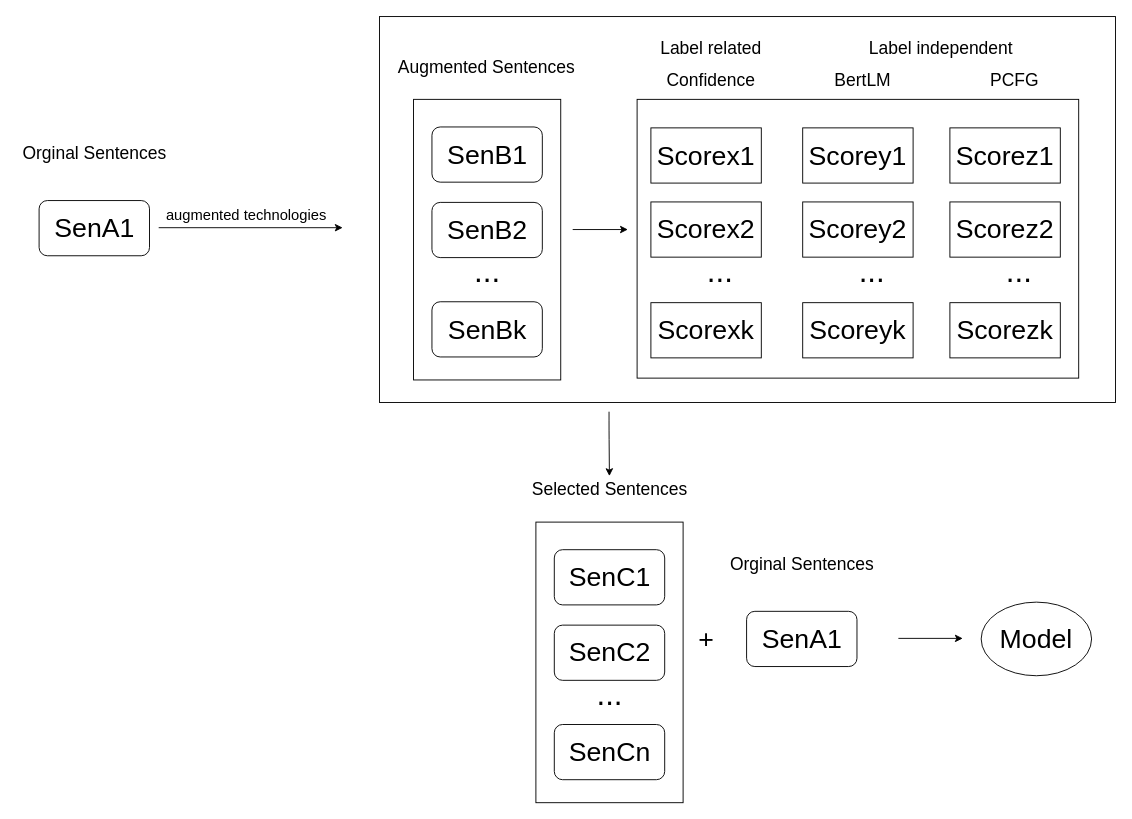
Earlier version of the draw.io diagram 未命名绘图.drawio (Alex0xf/ARTS). Source tidied: cells renumbered, new cells numbered last; positions are measured from the earlier drawing's top-left corner, leaving out a move shared by most shapes. Both pictures are drawn from the tidied source at 92%, with x=0, y=0 at pixel (16, 16).
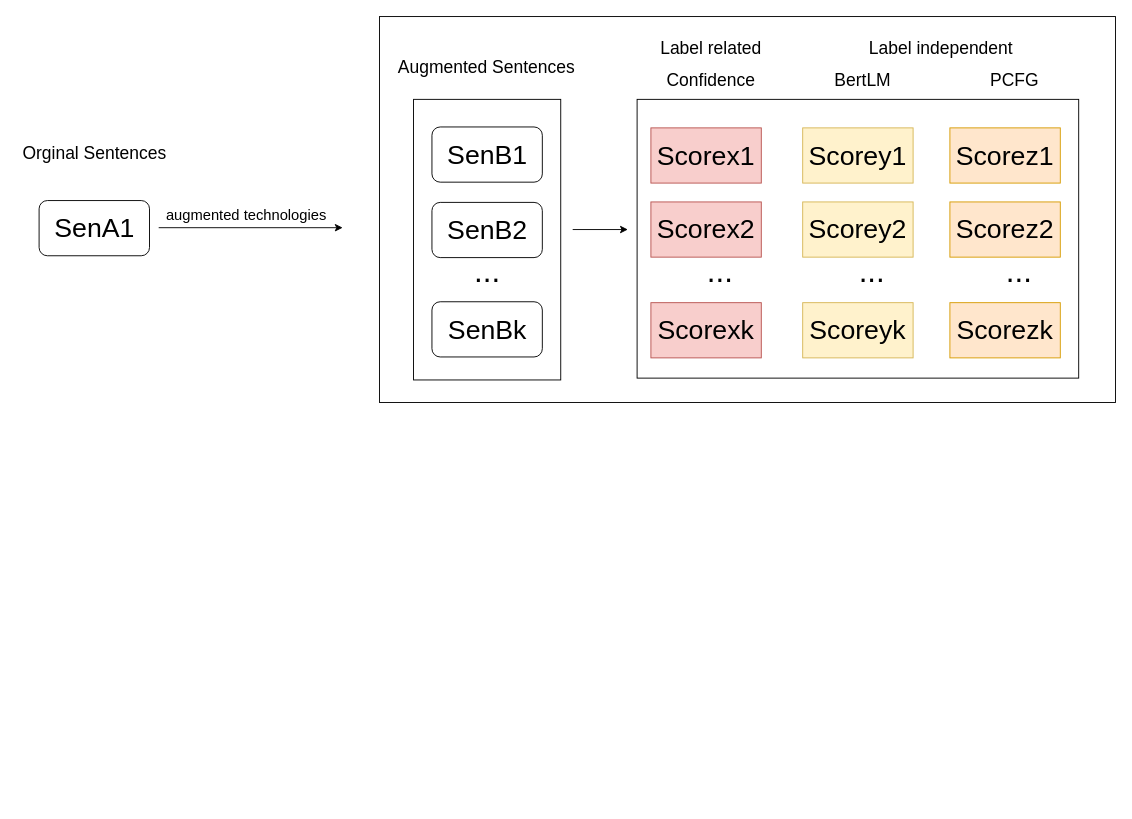
The same diagram, later.

Diff of the diagram source:
```diff
@@
-    <mxCell id="9" style="endArrow=classic;html=1;" parent="1" edge="1">
-      <mxGeometry relative="1" as="geometry">
-        <mxPoint x="644.5" y="430" as="sourcePoint" />
-        <mxPoint x="644.9" y="500" as="targetPoint" />
-        <Array as="points">
-          <mxPoint x="644.5" y="450" />
-        </Array>
-      </mxGeometry>
-    </mxCell>
-    <mxCell id="10" value="Selected Sentences" style="text;html=1;align=center;verticalAlign=middle;fontSize=19;" parent="1" vertex="1">
-      <mxGeometry x="555" y="500" width="180" height="30" as="geometry" />
-    </mxCell>
-    <mxCell id="11" style="endArrow=classic;html=1;" parent="1" edge="1">
-      <mxGeometry relative="1" as="geometry">
-        <mxPoint x="959" y="676.4" as="sourcePoint" />
-        <mxPoint x="1029" y="676.4" as="targetPoint" />
-      </mxGeometry>
-    </mxCell>
-    <mxCell id="12" value="&lt;font style=&quot;font-size: 29px&quot;&gt;Model&lt;/font&gt;" style="ellipse;whiteSpace=wrap;html=1;rounded=0;sketch=0;" parent="1" vertex="1">
-      <mxGeometry x="1049" y="637" width="120" height="80" as="geometry" />
-    </mxCell>
-    <mxCell id="13" style="rounded=1;whiteSpace=wrap;html=1;" parent="1" vertex="1">
-      <mxGeometry x="794" y="647" width="120" height="60" as="geometry" />
-    </mxCell>
-    <mxCell id="14" value="&lt;font style=&quot;font-size: 29px&quot;&gt;SenA1&lt;/font&gt;" style="text;html=1;align=center;verticalAlign=middle;rounded=0;fontSize=29;" parent="1" vertex="1">
-      <mxGeometry x="804" y="657" width="100" height="40" as="geometry" />
-    </mxCell>
-    <mxCell id="15" value="Orginal Sentences" style="text;html=1;align=center;verticalAlign=middle;fontSize=19;" parent="1" vertex="1">
-      <mxGeometry x="769" y="581.5" width="170" height="30" as="geometry" />
-    </mxCell>
-    <mxCell id="16" value="&lt;font style=&quot;font-size: 29px&quot;&gt;+&lt;/font&gt;" style="text;html=1;align=center;verticalAlign=middle;" parent="1" vertex="1">
-      <mxGeometry x="735" y="667" width="30" height="20" as="geometry" />
-    </mxCell>
@@
-    <mxCell id="31" value="&lt;font style=&quot;font-size: 29px&quot;&gt;Scorex1&lt;/font&gt;" style="rounded=0;whiteSpace=wrap;html=1;sketch=0;" parent="1" vertex="1">
+    <mxCell id="31" value="&lt;font style=&quot;font-size: 29px&quot;&gt;Scorex1&lt;/font&gt;" style="rounded=0;whiteSpace=wrap;html=1;sketch=0;fillColor=#f8cecc;strokeColor=#b85450;" parent="1" vertex="1">
       <mxGeometry x="690" y="121.5" width="120" height="60" as="geometry" />
     </mxCell>
-    <mxCell id="32" value="&lt;font style=&quot;font-size: 29px&quot;&gt;Scorex2&lt;/font&gt;" style="rounded=0;whiteSpace=wrap;html=1;sketch=0;" parent="1" vertex="1">
+    <mxCell id="32" value="&lt;font style=&quot;font-size: 29px&quot;&gt;Scorex2&lt;/font&gt;" style="rounded=0;whiteSpace=wrap;html=1;sketch=0;fillColor=#f8cecc;strokeColor=#b85450;" parent="1" vertex="1">
       <mxGeometry x="690" y="202" width="120" height="60" as="geometry" />
     </mxCell>
-    <mxCell id="33" value="&lt;font style=&quot;font-size: 29px&quot;&gt;Scorexk&lt;/font&gt;" style="rounded=0;whiteSpace=wrap;html=1;sketch=0;" parent="1" vertex="1">
+    <mxCell id="33" value="&lt;font style=&quot;font-size: 29px&quot;&gt;Scorexk&lt;/font&gt;" style="rounded=0;whiteSpace=wrap;html=1;sketch=0;fillColor=#f8cecc;strokeColor=#b85450;" parent="1" vertex="1">
       <mxGeometry x="690" y="311.5" width="120" height="60" as="geometry" />
     </mxCell>
@@
-    <mxCell id="35" value="&lt;font style=&quot;font-size: 29px&quot;&gt;Scorey1&lt;/font&gt;" style="rounded=0;whiteSpace=wrap;html=1;sketch=0;" parent="1" vertex="1">
+    <mxCell id="35" value="&lt;font style=&quot;font-size: 29px&quot;&gt;Scorey1&lt;/font&gt;" style="rounded=0;whiteSpace=wrap;html=1;sketch=0;fillColor=#fff2cc;strokeColor=#d6b656;" parent="1" vertex="1">
       <mxGeometry x="855" y="121.5" width="120" height="60" as="geometry" />
     </mxCell>
-    <mxCell id="36" value="&lt;font style=&quot;font-size: 29px&quot;&gt;Scorey2&lt;/font&gt;" style="rounded=0;whiteSpace=wrap;html=1;sketch=0;" parent="1" vertex="1">
+    <mxCell id="36" value="&lt;font style=&quot;font-size: 29px&quot;&gt;Scorey2&lt;/font&gt;" style="rounded=0;whiteSpace=wrap;html=1;sketch=0;fillColor=#fff2cc;strokeColor=#d6b656;" parent="1" vertex="1">
       <mxGeometry x="855" y="202" width="120" height="60" as="geometry" />
     </mxCell>
-    <mxCell id="37" value="&lt;font style=&quot;font-size: 29px&quot;&gt;Scoreyk&lt;/font&gt;" style="rounded=0;whiteSpace=wrap;html=1;sketch=0;" parent="1" vertex="1">
+    <mxCell id="37" value="&lt;font style=&quot;font-size: 29px&quot;&gt;Scoreyk&lt;/font&gt;" style="rounded=0;whiteSpace=wrap;html=1;sketch=0;fillColor=#fff2cc;strokeColor=#d6b656;" parent="1" vertex="1">
       <mxGeometry x="855" y="311.5" width="120" height="60" as="geometry" />
     </mxCell>
@@
-    <mxCell id="39" value="&lt;font style=&quot;font-size: 29px&quot;&gt;Scorez1&lt;/font&gt;" style="rounded=0;whiteSpace=wrap;html=1;sketch=0;" parent="1" vertex="1">
+    <mxCell id="39" value="&lt;font style=&quot;font-size: 29px&quot;&gt;Scorez1&lt;/font&gt;" style="rounded=0;whiteSpace=wrap;html=1;sketch=0;fillColor=#ffe6cc;strokeColor=#d79b00;" parent="1" vertex="1">
       <mxGeometry x="1015" y="121.5" width="120" height="60" as="geometry" />
     </mxCell>
-    <mxCell id="40" value="&lt;font style=&quot;font-size: 29px&quot;&gt;Scorez2&lt;/font&gt;" style="rounded=0;whiteSpace=wrap;html=1;sketch=0;" parent="1" vertex="1">
+    <mxCell id="40" value="&lt;font style=&quot;font-size: 29px&quot;&gt;Scorez2&lt;/font&gt;" style="rounded=0;whiteSpace=wrap;html=1;sketch=0;fillColor=#ffe6cc;strokeColor=#d79b00;" parent="1" vertex="1">
       <mxGeometry x="1015" y="202" width="120" height="60" as="geometry" />
     </mxCell>
-    <mxCell id="41" value="&lt;font style=&quot;font-size: 29px&quot;&gt;Scorezk&lt;/font&gt;" style="rounded=0;whiteSpace=wrap;html=1;sketch=0;" parent="1" vertex="1">
+    <mxCell id="41" value="&lt;font style=&quot;font-size: 29px&quot;&gt;Scorezk&lt;/font&gt;" style="rounded=0;whiteSpace=wrap;html=1;sketch=0;fillColor=#ffe6cc;strokeColor=#d79b00;" parent="1" vertex="1">
       <mxGeometry x="1015" y="311.5" width="120" height="60" as="geometry" />
     </mxCell>
@@
-    <mxCell id="43" style="rounded=0;whiteSpace=wrap;html=1;sketch=0;" parent="1" vertex="1">
-      <mxGeometry x="565" y="550" width="160" height="305" as="geometry" />
-    </mxCell>
-    <mxCell id="44" style="rounded=1;whiteSpace=wrap;html=1;" parent="1" vertex="1">
-      <mxGeometry x="585" y="662" width="120" height="60" as="geometry" />
-    </mxCell>
-    <mxCell id="45" value="&lt;font style=&quot;font-size: 29px&quot;&gt;SenC2&lt;/font&gt;" style="text;html=1;align=center;verticalAlign=middle;fillColor=none;strokeColor=none;rounded=0;fontSize=29;" parent="1" vertex="1">
-      <mxGeometry x="595" y="672" width="100" height="40" as="geometry" />
-    </mxCell>
-    <mxCell id="46" style="rounded=1;whiteSpace=wrap;html=1;" parent="1" vertex="1">
-      <mxGeometry x="585" y="580" width="120" height="60" as="geometry" />
-    </mxCell>
-    <mxCell id="47" value="&lt;font style=&quot;font-size: 29px&quot;&gt;SenC1&lt;/font&gt;" style="text;html=1;align=center;verticalAlign=middle;fillColor=none;strokeColor=none;rounded=0;fontSize=29;" parent="1" vertex="1">
-      <mxGeometry x="595" y="590" width="100" height="40" as="geometry" />
-    </mxCell>
-    <mxCell id="48" style="rounded=1;whiteSpace=wrap;html=1;" parent="1" vertex="1">
-      <mxGeometry x="585" y="770" width="120" height="60" as="geometry" />
-    </mxCell>
-    <mxCell id="49" value="&lt;font style=&quot;font-size: 29px&quot;&gt;SenCn&lt;/font&gt;" style="text;html=1;align=center;verticalAlign=middle;fillColor=none;strokeColor=none;rounded=0;fontSize=29;" parent="1" vertex="1">
-      <mxGeometry x="595" y="780" width="100" height="40" as="geometry" />
-    </mxCell>
-    <mxCell id="50" value="..." style="text;html=1;align=center;verticalAlign=middle;fontSize=34;" parent="1" vertex="1">
-      <mxGeometry x="625" y="712" width="40" height="50" as="geometry" />
-    </mxCell>
```
